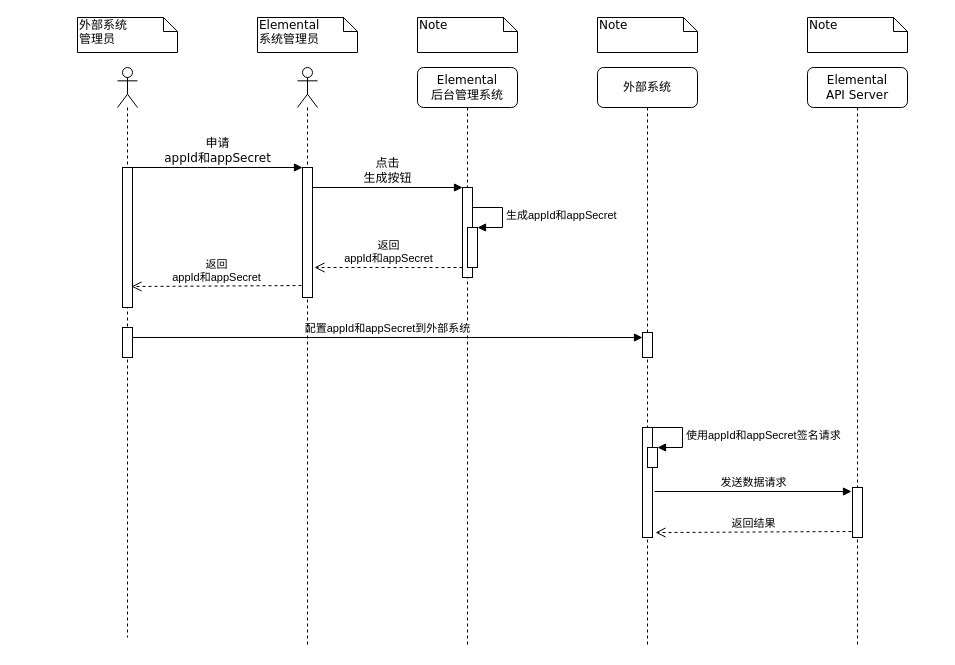
Before: signed_request.drawio in deanzz/blog, a draw.io diagram. Source tidied: cells renumbered, new cells numbered last; positions are measured from the earlier drawing's top-left corner, leaving out a move shared by most shapes. Both pictures are drawn from the tidied source at 100%, with x=0, y=0 at pixel (77, 17).
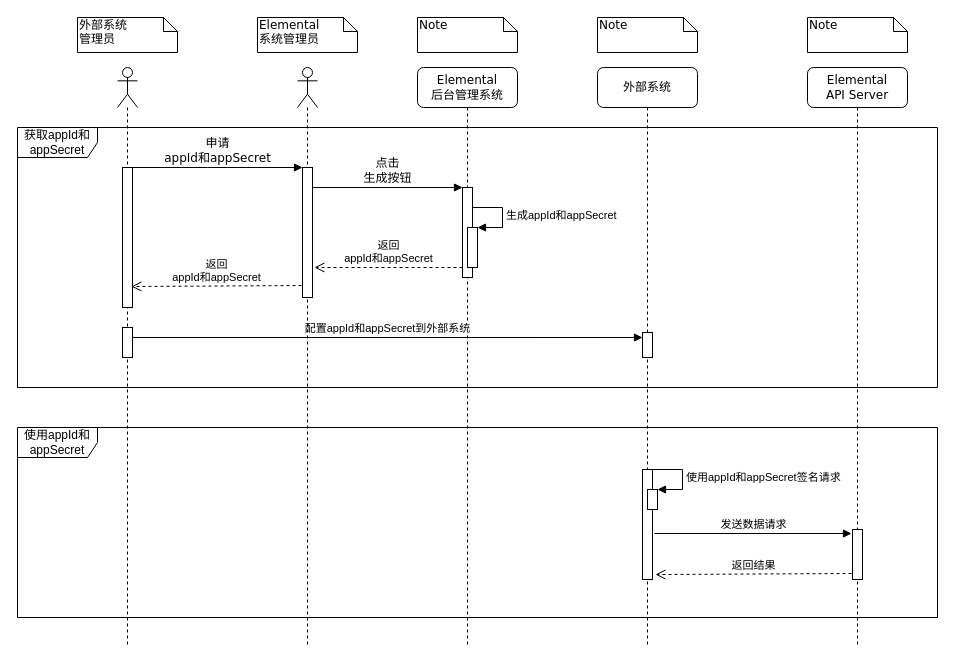
The same diagram, later.

The change refers to these unchanged cells:
```xml
<mxCell id="10" value="&lt;span&gt;Elemental&lt;/span&gt;&lt;br&gt;&lt;span&gt;API Server&lt;/span&gt;" style="shape=umlLifeline;perimeter=lifelinePerimeter;whiteSpace=wrap;html=1;rounded=1;shadow=0;comic=0;labelBackgroundColor=none;strokeWidth=1;fontFamily=Verdana;fontSize=12;align=center;" parent="1" vertex="1">
  <mxGeometry x="730" y="50" width="100" height="580" as="geometry" />
</mxCell>
```

The edit, as a diff of the source:
```diff
@@
     <mxCell id="11" style="html=1;points=[];perimeter=orthogonalPerimeter;" parent="10" vertex="1">
-      <mxGeometry x="45" y="420" width="10" height="50" as="geometry" />
+      <mxGeometry x="45" y="462" width="10" height="50" as="geometry" />
     </mxCell>
     <mxCell id="12" style="html=1;points=[];perimeter=orthogonalPerimeter;rounded=0;shadow=0;comic=0;labelBackgroundColor=none;strokeWidth=1;fontFamily=Verdana;fontSize=12;align=center;" parent="1" vertex="1">
-      <mxGeometry x="565" y="410" width="10" height="110" as="geometry" />
+      <mxGeometry x="565" y="452" width="10" height="110" as="geometry" />
     </mxCell>
@@
     <mxCell id="20" style="shape=umlLifeline;participant=umlActor;perimeter=lifelinePerimeter;whiteSpace=wrap;html=1;verticalAlign=top;spacingTop=36;" parent="1" vertex="1">
-      <mxGeometry x="40" y="50" width="20" height="570" as="geometry" />
+      <mxGeometry x="40" y="50" width="20" height="580" as="geometry" />
     </mxCell>
@@
     <mxCell id="26" style="html=1;points=[];perimeter=orthogonalPerimeter;" parent="1" vertex="1">
-      <mxGeometry x="570" y="430" width="10" height="20" as="geometry" />
+      <mxGeometry x="570" y="472" width="10" height="20" as="geometry" />
     </mxCell>
     <mxCell id="27" value="使用appId和appSecret签名请求" style="edgeStyle=orthogonalEdgeStyle;html=1;align=left;spacingLeft=2;endArrow=block;rounded=0;entryX=1;entryY=0;" parent="1" edge="1" target="26">
       <mxGeometry relative="1" as="geometry">
-        <mxPoint x="575" y="410" as="sourcePoint" />
+        <mxPoint x="575" y="452" as="sourcePoint" />
         <Array as="points">
-          <mxPoint x="605" y="410" />
+          <mxPoint x="605" y="452" />
         </Array>
       </mxGeometry>
     </mxCell>
@@
+    <mxCell id="30" value="获取appId和appSecret" style="shape=umlFrame;whiteSpace=wrap;html=1;width=80;height=30;" parent="1" vertex="1">
+      <mxGeometry x="-60" y="110" width="920" height="260" as="geometry" />
+    </mxCell>
+    <mxCell id="31" value="使用appId和appSecret" style="shape=umlFrame;whiteSpace=wrap;html=1;width=80;height=30;" parent="1" vertex="1">
+      <mxGeometry x="-60" y="410" width="920" height="190" as="geometry" />
+    </mxCell>
```
